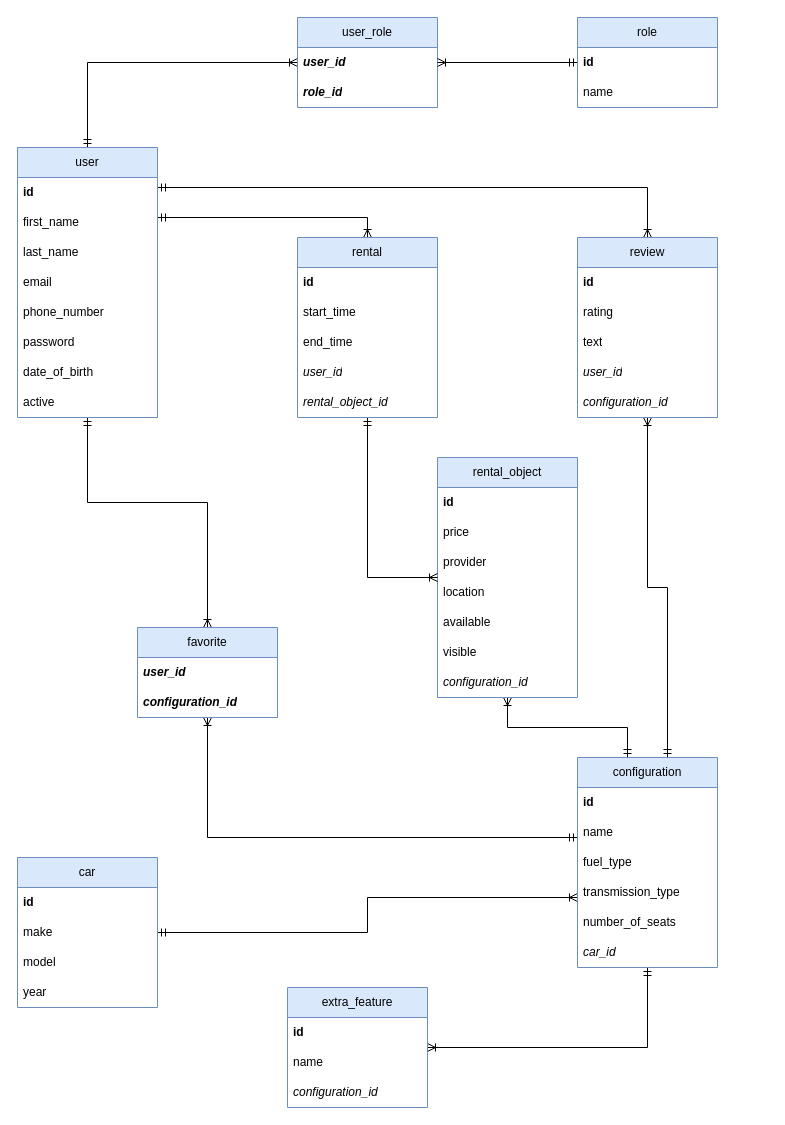
Before: docs/diagrams/er-diagram.drawio in sinbruh/group14-webapp, a draw.io diagram. Source tidied: cells renumbered, new cells numbered last; positions are measured from the earlier drawing's top-left corner, leaving out a move shared by most shapes. Both pictures are drawn from the tidied source at 100%, with x=0, y=0 at pixel (17, 17).
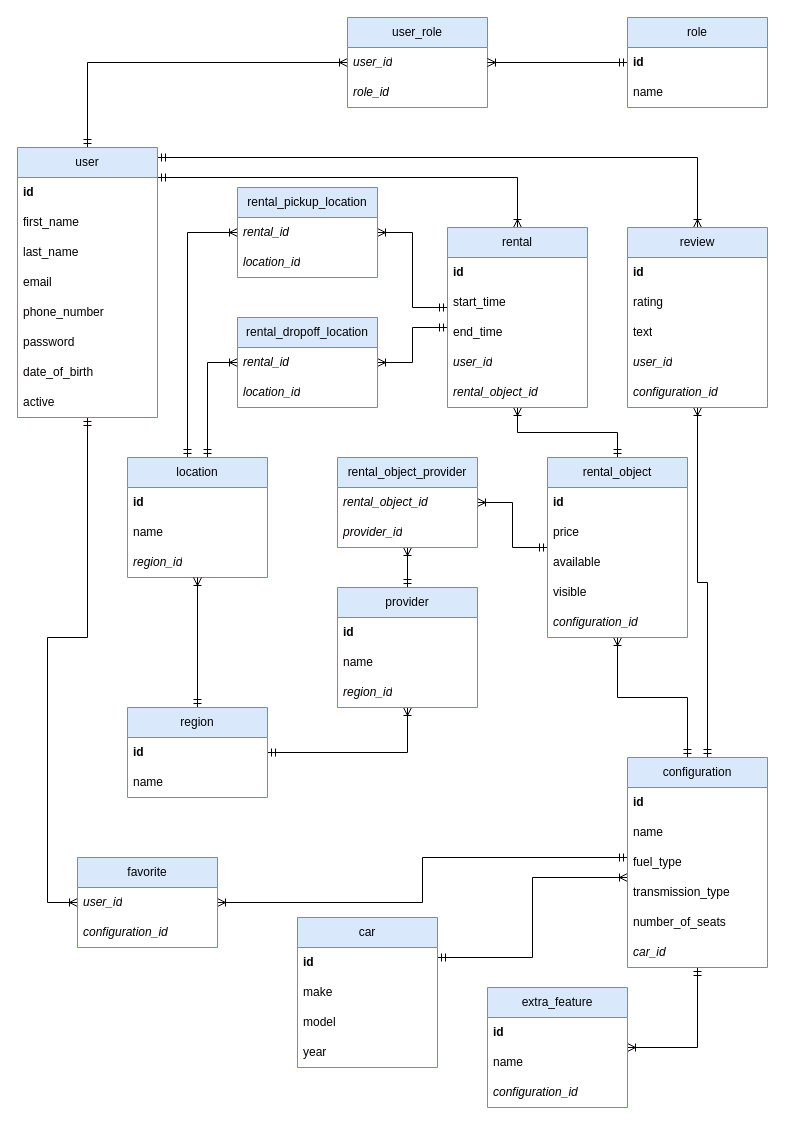
After the change.

The change refers to these unchanged cells:
```xml
<mxCell id="6" value="user" style="swimlane;fontStyle=0;horizontal=1;startSize=30;whiteSpace=wrap;html=1;fillColor=#dae8fc;strokeColor=#6c8ebf;" parent="1" vertex="1">
  <mxGeometry y="130" width="140" height="270" as="geometry" />
</mxCell>
```

Diff of the diagram source:
```diff
@@
-    <mxCell id="2" style="edgeStyle=orthogonalEdgeStyle;rounded=0;jettySize=auto;html=1;endArrow=ERoneToMany;endFill=0;startArrow=ERmandOne;startFill=0;" parent="1" edge="1" source="6" target="15">
+    <mxCell id="2" style="edgeStyle=orthogonalEdgeStyle;rounded=0;jettySize=auto;html=1;startArrow=ERmandOne;startFill=0;endArrow=ERoneToMany;endFill=0;" parent="1" edge="1" source="6" target="15">
       <mxGeometry relative="1" as="geometry">
         <Array as="points">
           <mxPoint x="70" y="45" />
         </Array>
       </mxGeometry>
     </mxCell>
+    <mxCell id="4" style="edgeStyle=orthogonalEdgeStyle;rounded=0;jettySize=auto;html=1;startArrow=ERmandOne;startFill=0;endArrow=ERoneToMany;endFill=0;" parent="1" edge="1" source="6" target="61">
+      <mxGeometry relative="1" as="geometry">
+        <Array as="points">
+          <mxPoint x="680" y="140" />
+        </Array>
+      </mxGeometry>
+    </mxCell>
-    <mxCell id="3" style="edgeStyle=orthogonalEdgeStyle;rounded=0;jettySize=auto;html=1;endArrow=ERoneToMany;endFill=0;startArrow=ERmandOne;startFill=0;" parent="1" edge="1" source="6" target="52">
+    <mxCell id="3" style="edgeStyle=orthogonalEdgeStyle;rounded=0;jettySize=auto;html=1;startArrow=ERmandOne;startFill=0;endArrow=ERoneToMany;endFill=0;" parent="1" edge="1" source="6" target="52">
       <mxGeometry relative="1" as="geometry">
         <Array as="points">
-          <mxPoint x="350" y="200" />
+          <mxPoint x="500" y="160" />
         </Array>
       </mxGeometry>
     </mxCell>
-    <mxCell id="4" style="edgeStyle=orthogonalEdgeStyle;rounded=0;jettySize=auto;html=1;endArrow=ERoneToMany;endFill=0;startArrow=ERmandOne;startFill=0;" parent="1" edge="1" source="6" target="61">
-      <mxGeometry relative="1" as="geometry">
-        <Array as="points">
-          <mxPoint x="630" y="170" />
-        </Array>
-      </mxGeometry>
-    </mxCell>
-    <mxCell id="5" style="edgeStyle=orthogonalEdgeStyle;rounded=0;jettySize=auto;html=1;endArrow=ERoneToMany;endFill=0;startArrow=ERmandOne;startFill=0;" parent="1" edge="1" source="6" target="58">
+    <mxCell id="5" style="edgeStyle=orthogonalEdgeStyle;rounded=0;jettySize=auto;html=1;startArrow=ERmandOne;startFill=0;endArrow=ERoneToMany;endFill=0;" parent="1" edge="1" source="6" target="58">
       <mxGeometry relative="1" as="geometry">
         <Array as="points">
-          <mxPoint x="70" y="485" />
+          <mxPoint x="70" y="620" />
+          <mxPoint x="30" y="620" />
+          <mxPoint x="30" y="885" />
         </Array>
       </mxGeometry>
     </mxCell>
@@
     <mxCell id="15" value="user_role" style="swimlane;fontStyle=0;horizontal=1;startSize=30;whiteSpace=wrap;html=1;fillColor=#dae8fc;strokeColor=#6c8ebf;" parent="1" vertex="1">
-      <mxGeometry x="280" width="140" height="90" as="geometry" />
+      <mxGeometry x="330" width="140" height="90" as="geometry" />
     </mxCell>
-    <mxCell id="16" value="&lt;b&gt;&lt;i&gt;user_id&lt;/i&gt;&lt;/b&gt;" style="text;strokeColor=none;fillColor=none;align=left;verticalAlign=middle;spacingLeft=4;spacingRight=4;overflow=hidden;whiteSpace=wrap;html=1;" parent="15" vertex="1">
+    <mxCell id="16" value="&lt;i style=&quot;&quot;&gt;user_id&lt;/i&gt;" style="text;strokeColor=none;fillColor=none;align=left;verticalAlign=middle;spacingLeft=4;spacingRight=4;overflow=hidden;whiteSpace=wrap;html=1;" parent="15" vertex="1">
       <mxGeometry y="30" width="140" height="30" as="geometry" />
     </mxCell>
-    <mxCell id="17" value="&lt;b&gt;&lt;i&gt;role_id&lt;/i&gt;&lt;/b&gt;" style="text;strokeColor=none;fillColor=none;align=left;verticalAlign=middle;spacingLeft=4;spacingRight=4;overflow=hidden;whiteSpace=wrap;html=1;" parent="15" vertex="1">
+    <mxCell id="17" value="&lt;i style=&quot;&quot;&gt;role_id&lt;/i&gt;" style="text;strokeColor=none;fillColor=none;align=left;verticalAlign=middle;spacingLeft=4;spacingRight=4;overflow=hidden;whiteSpace=wrap;html=1;" parent="15" vertex="1">
       <mxGeometry y="60" width="140" height="30" as="geometry" />
     </mxCell>
-    <mxCell id="18" style="edgeStyle=orthogonalEdgeStyle;rounded=0;jettySize=auto;html=1;endArrow=ERoneToMany;endFill=0;startArrow=ERmandOne;startFill=0;" parent="1" edge="1" source="19" target="15">
+    <mxCell id="18" style="edgeStyle=orthogonalEdgeStyle;rounded=0;jettySize=auto;html=1;startArrow=ERmandOne;startFill=0;endArrow=ERoneToMany;endFill=0;" parent="1" edge="1" source="19" target="15">
       <mxGeometry relative="1" as="geometry" />
     </mxCell>
     <mxCell id="19" value="role" style="swimlane;fontStyle=0;horizontal=1;startSize=30;whiteSpace=wrap;html=1;fillColor=#dae8fc;strokeColor=#6c8ebf;" parent="1" vertex="1">
-      <mxGeometry x="560" width="140" height="90" as="geometry" />
+      <mxGeometry x="610" width="140" height="90" as="geometry" />
     </mxCell>
@@
-    <mxCell id="22" style="edgeStyle=orthogonalEdgeStyle;rounded=0;jettySize=auto;html=1;endArrow=ERoneToMany;endFill=0;startArrow=ERmandOne;startFill=0;" parent="1" edge="1" source="23" target="32">
+    <mxCell id="22" style="edgeStyle=orthogonalEdgeStyle;rounded=0;jettySize=auto;html=1;startArrow=ERmandOne;startFill=0;endArrow=ERoneToMany;endFill=0;" parent="1" edge="1" source="23" target="32">
       <mxGeometry relative="1" as="geometry">
         <Array as="points">
-          <mxPoint x="350" y="915" />
-          <mxPoint x="350" y="880" />
+          <mxPoint x="515" y="940" />
+          <mxPoint x="515" y="860" />
         </Array>
       </mxGeometry>
     </mxCell>
     <mxCell id="23" value="car" style="swimlane;fontStyle=0;horizontal=1;startSize=30;whiteSpace=wrap;html=1;fillColor=#dae8fc;strokeColor=#6c8ebf;" parent="1" vertex="1">
-      <mxGeometry y="840" width="140" height="150" as="geometry" />
+      <mxGeometry x="280" y="900" width="140" height="150" as="geometry" />
     </mxCell>
@@
-    <mxCell id="28" style="edgeStyle=orthogonalEdgeStyle;rounded=0;jettySize=auto;html=1;endArrow=ERoneToMany;endFill=0;startArrow=ERmandOne;startFill=0;" parent="1" edge="1" source="32" target="39">
+    <mxCell id="28" style="edgeStyle=orthogonalEdgeStyle;rounded=0;jettySize=auto;html=1;startArrow=ERmandOne;startFill=0;endArrow=ERoneToMany;endFill=0;" parent="1" edge="1" source="32" target="39">
       <mxGeometry relative="1" as="geometry">
         <Array as="points">
-          <mxPoint x="630" y="1030" />
+          <mxPoint x="680" y="1030" />
         </Array>
       </mxGeometry>
     </mxCell>
+    <mxCell id="31" style="edgeStyle=orthogonalEdgeStyle;rounded=0;jettySize=auto;html=1;startArrow=ERmandOne;startFill=0;endArrow=ERoneToMany;endFill=0;" parent="1" edge="1" source="32" target="58">
+      <mxGeometry relative="1" as="geometry">
+        <Array as="points">
+          <mxPoint x="405" y="840" />
+          <mxPoint x="405" y="885" />
+        </Array>
+      </mxGeometry>
+    </mxCell>
+    <mxCell id="30" style="edgeStyle=orthogonalEdgeStyle;rounded=0;jettySize=auto;html=1;startArrow=ERmandOne;startFill=0;endArrow=ERoneToMany;endFill=0;" parent="1" edge="1" source="32" target="61">
+      <mxGeometry relative="1" as="geometry">
+        <Array as="points">
+          <mxPoint x="690" y="565" />
+          <mxPoint x="680" y="565" />
+        </Array>
+      </mxGeometry>
+    </mxCell>
-    <mxCell id="29" style="edgeStyle=orthogonalEdgeStyle;rounded=0;jettySize=auto;html=1;endArrow=ERoneToMany;endFill=0;startArrow=ERmandOne;startFill=0;" parent="1" edge="1" source="32" target="43">
+    <mxCell id="29" style="edgeStyle=orthogonalEdgeStyle;rounded=0;jettySize=auto;html=1;startArrow=ERmandOne;startFill=0;endArrow=ERoneToMany;endFill=0;" parent="1" edge="1" source="32" target="43">
       <mxGeometry relative="1" as="geometry">
         <Array as="points">
-          <mxPoint x="610" y="710" />
-          <mxPoint x="490" y="710" />
+          <mxPoint x="670" y="680" />
+          <mxPoint x="600" y="680" />
         </Array>
       </mxGeometry>
     </mxCell>
-    <mxCell id="30" style="edgeStyle=orthogonalEdgeStyle;rounded=0;jettySize=auto;html=1;startArrow=ERmandOne;startFill=0;endArrow=ERoneToMany;endFill=0;" parent="1" edge="1" source="32" target="61">
-      <mxGeometry relative="1" as="geometry">
-        <Array as="points">
-          <mxPoint x="650" y="570" />
-          <mxPoint x="630" y="570" />
-        </Array>
-      </mxGeometry>
-    </mxCell>
-    <mxCell id="31" style="edgeStyle=orthogonalEdgeStyle;rounded=0;jettySize=auto;html=1;startArrow=ERmandOne;startFill=0;endArrow=ERoneToMany;endFill=0;" parent="1" edge="1" source="32" target="58">
-      <mxGeometry relative="1" as="geometry">
-        <Array as="points">
-          <mxPoint x="190" y="820" />
-        </Array>
-      </mxGeometry>
-    </mxCell>
     <mxCell id="32" value="configuration" style="swimlane;fontStyle=0;horizontal=1;startSize=30;whiteSpace=wrap;html=1;fillColor=#dae8fc;strokeColor=#6c8ebf;" parent="1" vertex="1">
-      <mxGeometry x="560" y="740" width="140" height="210" as="geometry" />
+      <mxGeometry x="610" y="740" width="140" height="210" as="geometry" />
     </mxCell>
@@
     <mxCell id="39" value="extra_feature" style="swimlane;fontStyle=0;horizontal=1;startSize=30;whiteSpace=wrap;html=1;fillColor=#dae8fc;strokeColor=#6c8ebf;" parent="1" vertex="1">
-      <mxGeometry x="270" y="970" width="140" height="120" as="geometry" />
+      <mxGeometry x="470" y="970" width="140" height="120" as="geometry" />
     </mxCell>
@@
+    <mxCell id="67" style="edgeStyle=orthogonalEdgeStyle;rounded=0;jettySize=auto;html=1;startArrow=ERmandOne;startFill=0;endArrow=ERoneToMany;endFill=0;" parent="1" edge="1" source="43" target="52">
+      <mxGeometry relative="1" as="geometry" />
+    </mxCell>
+    <mxCell id="68" style="edgeStyle=orthogonalEdgeStyle;rounded=0;jettySize=auto;html=1;startArrow=ERmandOne;startFill=0;endArrow=ERoneToMany;endFill=0;" parent="1" edge="1" source="43" target="85">
+      <mxGeometry relative="1" as="geometry" />
+    </mxCell>
     <mxCell id="43" value="rental_object" style="swimlane;fontStyle=0;horizontal=1;startSize=30;whiteSpace=wrap;html=1;fillColor=#dae8fc;strokeColor=#6c8ebf;" parent="1" vertex="1">
-      <mxGeometry x="420" y="440" width="140" height="240" as="geometry" />
+      <mxGeometry x="530" y="440" width="140" height="180" as="geometry" />
     </mxCell>
@@
-    <mxCell id="46" value="provider" style="text;strokeColor=none;fillColor=none;align=left;verticalAlign=middle;spacingLeft=4;spacingRight=4;overflow=hidden;points=[[0,0.5],[1,0.5]];portConstraint=eastwest;whiteSpace=wrap;html=1;" parent="43" vertex="1">
-      <mxGeometry y="90" width="140" height="30" as="geometry" />
-    </mxCell>
-    <mxCell id="47" value="location" style="text;strokeColor=none;fillColor=none;align=left;verticalAlign=middle;spacingLeft=4;spacingRight=4;overflow=hidden;points=[[0,0.5],[1,0.5]];portConstraint=eastwest;whiteSpace=wrap;html=1;" parent="43" vertex="1">
-      <mxGeometry y="120" width="140" height="30" as="geometry" />
-    </mxCell>
     <mxCell id="48" value="available" style="text;strokeColor=none;fillColor=none;align=left;verticalAlign=middle;spacingLeft=4;spacingRight=4;overflow=hidden;whiteSpace=wrap;html=1;" parent="43" vertex="1">
-      <mxGeometry y="150" width="140" height="30" as="geometry" />
+      <mxGeometry y="90" width="140" height="30" as="geometry" />
     </mxCell>
     <mxCell id="49" value="visible" style="text;strokeColor=none;fillColor=none;align=left;verticalAlign=middle;spacingLeft=4;spacingRight=4;overflow=hidden;whiteSpace=wrap;html=1;" parent="43" vertex="1">
-      <mxGeometry y="180" width="140" height="30" as="geometry" />
+      <mxGeometry y="120" width="140" height="30" as="geometry" />
     </mxCell>
     <mxCell id="50" value="&lt;i&gt;configuration_id&lt;/i&gt;" style="text;strokeColor=none;fillColor=none;align=left;verticalAlign=middle;spacingLeft=4;spacingRight=4;overflow=hidden;whiteSpace=wrap;html=1;" parent="43" vertex="1">
-      <mxGeometry y="210" width="140" height="30" as="geometry" />
+      <mxGeometry y="150" width="140" height="30" as="geometry" />
     </mxCell>
-    <mxCell id="51" style="edgeStyle=orthogonalEdgeStyle;rounded=0;jettySize=auto;html=1;startArrow=ERmandOne;startFill=0;endArrow=ERoneToMany;endFill=0;" parent="1" edge="1" source="52" target="43">
-      <mxGeometry relative="1" as="geometry">
-        <Array as="points">
-          <mxPoint x="350" y="560" />
-        </Array>
-      </mxGeometry>
-    </mxCell>
+    <mxCell id="69" style="edgeStyle=orthogonalEdgeStyle;rounded=0;jettySize=auto;html=1;endArrow=ERoneToMany;endFill=0;startArrow=ERmandOne;startFill=0;" parent="1" edge="1" source="52" target="88">
+      <mxGeometry relative="1" as="geometry">
+        <Array as="points">
+          <mxPoint x="395" y="290" />
+          <mxPoint x="395" y="215" />
+        </Array>
+      </mxGeometry>
+    </mxCell>
+    <mxCell id="70" style="edgeStyle=orthogonalEdgeStyle;rounded=0;jettySize=auto;html=1;endArrow=ERoneToMany;endFill=0;startArrow=ERmandOne;startFill=0;" parent="1" edge="1" source="52" target="91">
+      <mxGeometry relative="1" as="geometry">
+        <Array as="points">
+          <mxPoint x="395" y="310" />
+          <mxPoint x="395" y="345" />
+        </Array>
+      </mxGeometry>
+    </mxCell>
     <mxCell id="52" value="rental" style="swimlane;fontStyle=0;horizontal=1;startSize=30;whiteSpace=wrap;html=1;fillColor=#dae8fc;strokeColor=#6c8ebf;" parent="1" vertex="1">
-      <mxGeometry x="280" y="220" width="140" height="180" as="geometry" />
+      <mxGeometry x="430" y="210" width="140" height="180" as="geometry" />
     </mxCell>
@@
     <mxCell id="58" value="favorite" style="swimlane;fontStyle=0;horizontal=1;startSize=30;whiteSpace=wrap;html=1;fillColor=#dae8fc;strokeColor=#6c8ebf;" parent="1" vertex="1">
-      <mxGeometry x="120" y="610" width="140" height="90" as="geometry" />
+      <mxGeometry x="60" y="840" width="140" height="90" as="geometry" />
     </mxCell>
-    <mxCell id="59" value="&lt;i style=&quot;&quot;&gt;&lt;b&gt;user_id&lt;/b&gt;&lt;/i&gt;" style="text;strokeColor=none;fillColor=none;align=left;verticalAlign=middle;spacingLeft=4;spacingRight=4;overflow=hidden;whiteSpace=wrap;html=1;" parent="58" vertex="1">
+    <mxCell id="59" value="&lt;i style=&quot;&quot;&gt;user_id&lt;/i&gt;" style="text;strokeColor=none;fillColor=none;align=left;verticalAlign=middle;spacingLeft=4;spacingRight=4;overflow=hidden;whiteSpace=wrap;html=1;" parent="58" vertex="1">
       <mxGeometry y="30" width="140" height="30" as="geometry" />
     </mxCell>
-    <mxCell id="60" value="&lt;i&gt;&lt;b&gt;configuration_id&lt;/b&gt;&lt;/i&gt;" style="text;strokeColor=none;fillColor=none;align=left;verticalAlign=middle;spacingLeft=4;spacingRight=4;overflow=hidden;whiteSpace=wrap;html=1;" parent="58" vertex="1">
+    <mxCell id="60" value="&lt;i&gt;configuration_id&lt;/i&gt;" style="text;strokeColor=none;fillColor=none;align=left;verticalAlign=middle;spacingLeft=4;spacingRight=4;overflow=hidden;whiteSpace=wrap;html=1;" parent="58" vertex="1">
       <mxGeometry y="60" width="140" height="30" as="geometry" />
     </mxCell>
     <mxCell id="61" value="review" style="swimlane;fontStyle=0;horizontal=1;startSize=30;whiteSpace=wrap;html=1;fillColor=#dae8fc;strokeColor=#6c8ebf;" parent="1" vertex="1">
-      <mxGeometry x="560" y="220" width="140" height="180" as="geometry" />
+      <mxGeometry x="610" y="210" width="140" height="180" as="geometry" />
     </mxCell>
@@
+    <mxCell id="71" style="edgeStyle=orthogonalEdgeStyle;rounded=0;jettySize=auto;html=1;startArrow=ERmandOne;startFill=0;endArrow=ERoneToMany;endFill=0;" parent="1" edge="1" source="47" target="88">
+      <mxGeometry relative="1" as="geometry">
+        <Array as="points">
+          <mxPoint x="170" y="215" />
+        </Array>
+      </mxGeometry>
+    </mxCell>
+    <mxCell id="72" style="edgeStyle=orthogonalEdgeStyle;rounded=0;jettySize=auto;html=1;startArrow=ERmandOne;startFill=0;endArrow=ERoneToMany;endFill=0;" parent="1" edge="1" source="47" target="91">
+      <mxGeometry relative="1" as="geometry">
+        <Array as="points">
+          <mxPoint x="190" y="345" />
+        </Array>
+      </mxGeometry>
+    </mxCell>
+    <mxCell id="47" value="location" style="swimlane;fontStyle=0;horizontal=1;startSize=30;whiteSpace=wrap;html=1;fillColor=#dae8fc;strokeColor=#6c8ebf;" parent="1" vertex="1">
+      <mxGeometry x="110" y="440" width="140" height="120" as="geometry" />
+    </mxCell>
+    <mxCell id="73" value="&lt;b&gt;id&lt;/b&gt;" style="text;strokeColor=none;fillColor=none;align=left;verticalAlign=middle;spacingLeft=4;spacingRight=4;overflow=hidden;whiteSpace=wrap;html=1;" parent="47" vertex="1">
+      <mxGeometry y="30" width="140" height="30" as="geometry" />
+    </mxCell>
+    <mxCell id="74" value="name" style="text;strokeColor=none;fillColor=none;align=left;verticalAlign=middle;spacingLeft=4;spacingRight=4;overflow=hidden;whiteSpace=wrap;html=1;" parent="47" vertex="1">
+      <mxGeometry y="60" width="140" height="30" as="geometry" />
+    </mxCell>
+    <mxCell id="75" value="&lt;i&gt;region_id&lt;/i&gt;" style="text;strokeColor=none;fillColor=none;align=left;verticalAlign=middle;spacingLeft=4;spacingRight=4;overflow=hidden;whiteSpace=wrap;html=1;" parent="47" vertex="1">
+      <mxGeometry y="90" width="140" height="30" as="geometry" />
+    </mxCell>
+    <mxCell id="76" style="edgeStyle=orthogonalEdgeStyle;rounded=0;jettySize=auto;html=1;startArrow=ERmandOne;startFill=0;endArrow=ERoneToMany;endFill=0;" parent="1" edge="1" source="78" target="46">
+      <mxGeometry relative="1" as="geometry">
+        <Array as="points">
+          <mxPoint x="390" y="735" />
+        </Array>
+      </mxGeometry>
+    </mxCell>
+    <mxCell id="77" style="edgeStyle=orthogonalEdgeStyle;rounded=0;jettySize=auto;html=1;startArrow=ERmandOne;startFill=0;endArrow=ERoneToMany;endFill=0;" parent="1" edge="1" source="78" target="47">
+      <mxGeometry relative="1" as="geometry" />
+    </mxCell>
+    <mxCell id="78" value="region" style="swimlane;fontStyle=0;horizontal=1;startSize=30;whiteSpace=wrap;html=1;fillColor=#dae8fc;strokeColor=#6c8ebf;" parent="1" vertex="1">
+      <mxGeometry x="110" y="690" width="140" height="90" as="geometry" />
+    </mxCell>
+    <mxCell id="79" value="&lt;b&gt;id&lt;/b&gt;" style="text;strokeColor=none;fillColor=none;align=left;verticalAlign=middle;spacingLeft=4;spacingRight=4;overflow=hidden;whiteSpace=wrap;html=1;" parent="78" vertex="1">
+      <mxGeometry y="30" width="140" height="30" as="geometry" />
+    </mxCell>
+    <mxCell id="80" value="name" style="text;strokeColor=none;fillColor=none;align=left;verticalAlign=middle;spacingLeft=4;spacingRight=4;overflow=hidden;whiteSpace=wrap;html=1;" parent="78" vertex="1">
+      <mxGeometry y="60" width="140" height="30" as="geometry" />
+    </mxCell>
+    <mxCell id="81" style="edgeStyle=orthogonalEdgeStyle;rounded=0;jettySize=auto;html=1;startArrow=ERmandOne;startFill=0;endArrow=ERoneToMany;endFill=0;" parent="1" edge="1" source="46" target="85">
+      <mxGeometry relative="1" as="geometry" />
+    </mxCell>
+    <mxCell id="46" value="provider" style="swimlane;fontStyle=0;horizontal=1;startSize=30;whiteSpace=wrap;html=1;fillColor=#dae8fc;strokeColor=#6c8ebf;" parent="1" vertex="1">
+      <mxGeometry x="320" y="570" width="140" height="120" as="geometry" />
+    </mxCell>
+    <mxCell id="82" value="&lt;b&gt;id&lt;/b&gt;" style="text;strokeColor=none;fillColor=none;align=left;verticalAlign=middle;spacingLeft=4;spacingRight=4;overflow=hidden;whiteSpace=wrap;html=1;" parent="46" vertex="1">
+      <mxGeometry y="30" width="140" height="30" as="geometry" />
+    </mxCell>
+    <mxCell id="83" value="name" style="text;strokeColor=none;fillColor=none;align=left;verticalAlign=middle;spacingLeft=4;spacingRight=4;overflow=hidden;whiteSpace=wrap;html=1;" parent="46" vertex="1">
+      <mxGeometry y="60" width="140" height="30" as="geometry" />
+    </mxCell>
+    <mxCell id="84" value="&lt;i&gt;region_id&lt;/i&gt;" style="text;strokeColor=none;fillColor=none;align=left;verticalAlign=middle;spacingLeft=4;spacingRight=4;overflow=hidden;whiteSpace=wrap;html=1;" parent="46" vertex="1">
+      <mxGeometry y="90" width="140" height="30" as="geometry" />
+    </mxCell>
+    <mxCell id="85" value="rental_object_provider" style="swimlane;fontStyle=0;horizontal=1;startSize=30;whiteSpace=wrap;html=1;fillColor=#dae8fc;strokeColor=#6c8ebf;" parent="1" vertex="1">
+      <mxGeometry x="320" y="440" width="140" height="90" as="geometry" />
+    </mxCell>
+    <mxCell id="86" value="&lt;i&gt;rental_object_id&lt;/i&gt;" style="text;strokeColor=none;fillColor=none;align=left;verticalAlign=middle;spacingLeft=4;spacingRight=4;overflow=hidden;whiteSpace=wrap;html=1;" parent="85" vertex="1">
+      <mxGeometry y="30" width="140" height="30" as="geometry" />
+    </mxCell>
+    <mxCell id="87" value="&lt;i&gt;provider_id&lt;/i&gt;" style="text;strokeColor=none;fillColor=none;align=left;verticalAlign=middle;spacingLeft=4;spacingRight=4;overflow=hidden;whiteSpace=wrap;html=1;" parent="85" vertex="1">
+      <mxGeometry y="60" width="140" height="30" as="geometry" />
+    </mxCell>
+    <mxCell id="88" value="rental_pickup_location" style="swimlane;fontStyle=0;horizontal=1;startSize=30;whiteSpace=wrap;html=1;fillColor=#dae8fc;strokeColor=#6c8ebf;" parent="1" vertex="1">
+      <mxGeometry x="220" y="170" width="140" height="90" as="geometry" />
+    </mxCell>
+    <mxCell id="89" value="&lt;i&gt;rental_id&lt;/i&gt;" style="text;strokeColor=none;fillColor=none;align=left;verticalAlign=middle;spacingLeft=4;spacingRight=4;overflow=hidden;whiteSpace=wrap;html=1;" parent="88" vertex="1">
+      <mxGeometry y="30" width="140" height="30" as="geometry" />
+    </mxCell>
+    <mxCell id="90" value="&lt;i&gt;location_id&lt;/i&gt;" style="text;strokeColor=none;fillColor=none;align=left;verticalAlign=middle;spacingLeft=4;spacingRight=4;overflow=hidden;whiteSpace=wrap;html=1;" parent="88" vertex="1">
+      <mxGeometry y="60" width="140" height="30" as="geometry" />
+    </mxCell>
+    <mxCell id="91" value="rental_dropoff_location" style="swimlane;fontStyle=0;horizontal=1;startSize=30;whiteSpace=wrap;html=1;fillColor=#dae8fc;strokeColor=#6c8ebf;" parent="1" vertex="1">
+      <mxGeometry x="220" y="300" width="140" height="90" as="geometry" />
+    </mxCell>
+    <mxCell id="92" value="&lt;i&gt;rental_id&lt;/i&gt;" style="text;strokeColor=none;fillColor=none;align=left;verticalAlign=middle;spacingLeft=4;spacingRight=4;overflow=hidden;whiteSpace=wrap;html=1;" parent="91" vertex="1">
+      <mxGeometry y="30" width="140" height="30" as="geometry" />
+    </mxCell>
+    <mxCell id="93" value="&lt;i&gt;location_id&lt;/i&gt;" style="text;strokeColor=none;fillColor=none;align=left;verticalAlign=middle;spacingLeft=4;spacingRight=4;overflow=hidden;whiteSpace=wrap;html=1;" parent="91" vertex="1">
+      <mxGeometry y="60" width="140" height="30" as="geometry" />
+    </mxCell>
```
